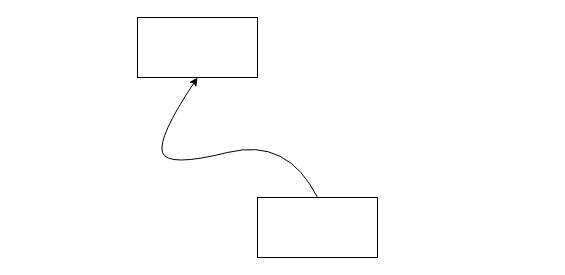
Before: architecture_one/corearchitecture.drawio in f5devcentral/f2a, a draw.io diagram. Source tidied: cells renumbered, new cells numbered last; positions are measured from the earlier drawing's top-left corner, leaving out a move shared by most shapes. Both pictures are drawn from the tidied source at 100%, with x=0, y=0 at pixel (137, 17).
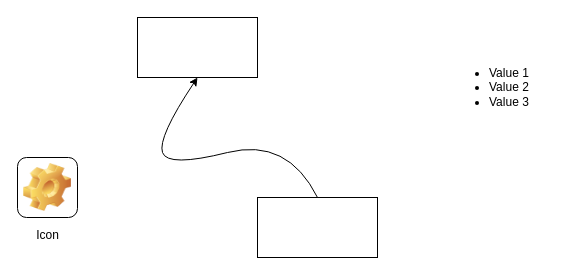
The same page after the edit.

Commit message:
icon and list

The edit, as a diff of the source:
```diff
@@
 <mxGraphModel>
   <root>
     <mxCell id="0" />
     <mxCell id="1" parent="0" />
     <mxCell id="2" style="rounded=0;whiteSpace=wrap;html=1;" parent="1" vertex="1">
       <mxGeometry x="120" y="180" width="120" height="60" as="geometry" />
     </mxCell>
     <mxCell id="3" style="rounded=0;whiteSpace=wrap;html=1;" parent="1" vertex="1">
       <mxGeometry width="120" height="60" as="geometry" />
     </mxCell>
     <mxCell id="4" style="curved=1;endArrow=classic;html=1;entryX=0.5;entryY=1;entryDx=0;entryDy=0;exitX=0.5;exitY=0;exitDx=0;exitDy=0;" parent="1" edge="1" source="2" target="3">
       <mxGeometry relative="1" as="geometry">
         <Array as="points">
           <mxPoint x="150" y="120" />
           <mxPoint x="30" y="150" />
           <mxPoint x="20" y="120" />
         </Array>
       </mxGeometry>
     </mxCell>
+    <mxCell id="5" value="Icon" style="icon;html=1;image=img/clipart/Gear_128x128.png;" parent="1" vertex="1">
+      <mxGeometry x="-120" y="140" width="60" height="60" as="geometry" />
+    </mxCell>
+    <mxCell id="6" value="&lt;ul&gt;&lt;li&gt;Value 1&lt;/li&gt;&lt;li&gt;Value 2&lt;/li&gt;&lt;li&gt;Value 3&lt;/li&gt;&lt;/ul&gt;" style="text;strokeColor=none;fillColor=none;html=1;whiteSpace=wrap;verticalAlign=middle;overflow=hidden;" parent="1" vertex="1">
+      <mxGeometry x="310" y="30" width="100" height="80" as="geometry" />
+    </mxCell>
   </root>
 </mxGraphModel>
```
